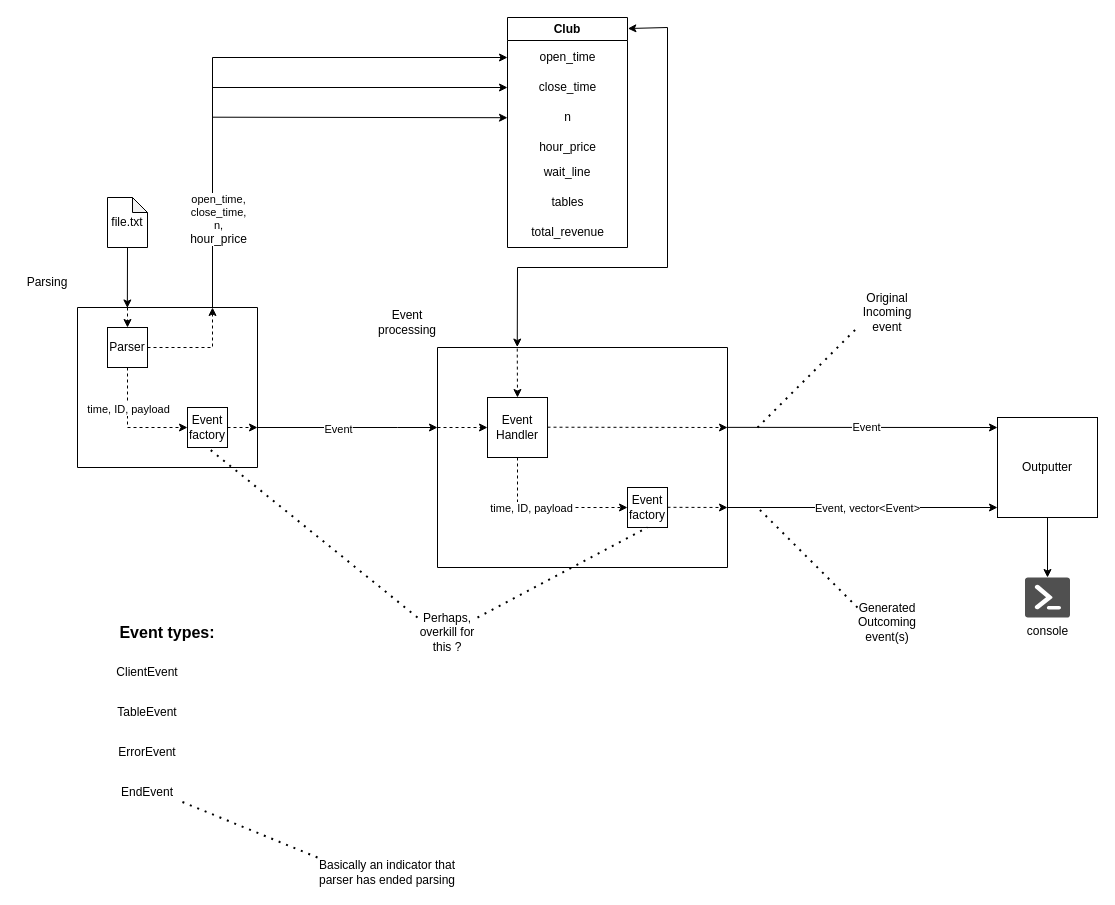
kargamant/computer_club keeps this draw.io diagram as system.drawio. Above is the earlier version. Source tidied: cells renumbered, new cells numbered last; positions are measured from the earlier drawing's top-left corner, leaving out a move shared by most shapes. Both pictures are drawn from the tidied source at 100%, with x=0, y=0 at pixel (17, 17).
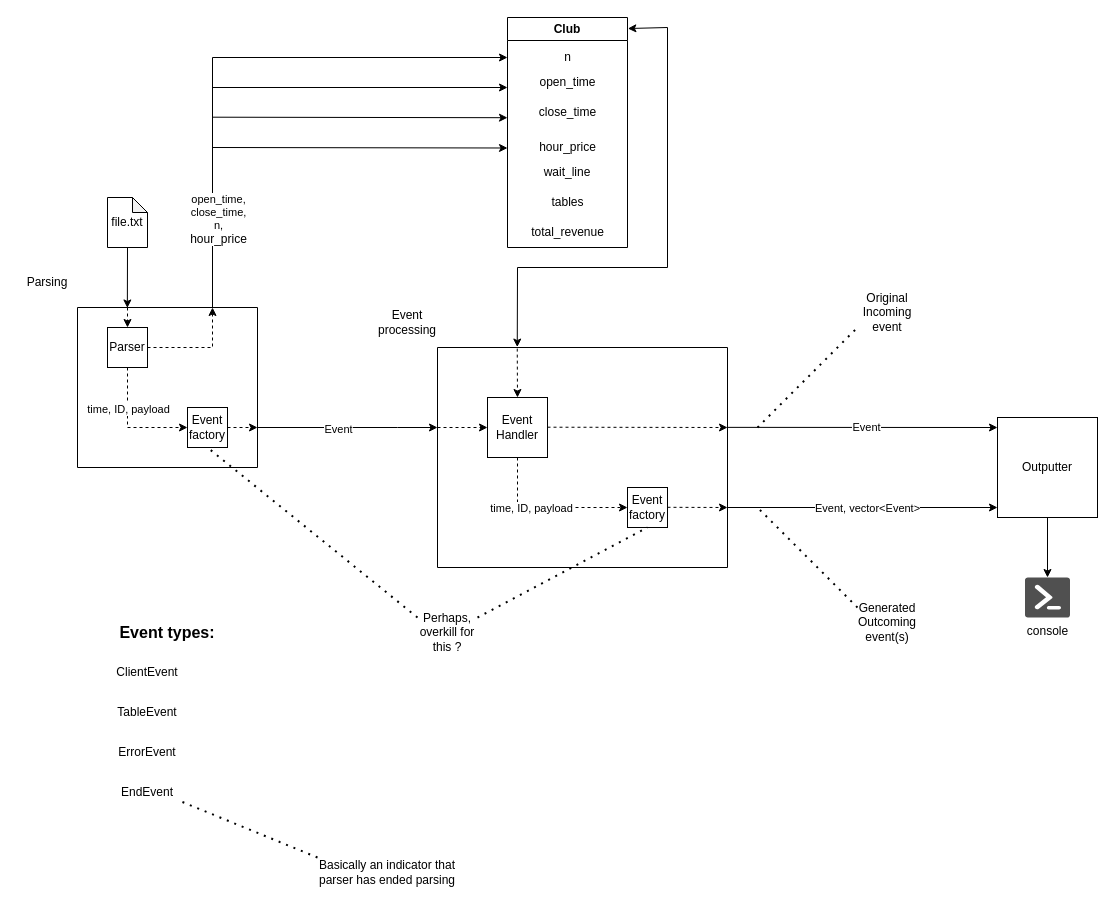
The same diagram, later.

The change refers to these unchanged cells:
```xml
<mxCell id="35" value="Club" style="swimlane;whiteSpace=wrap;html=1;" parent="1" vertex="1">
  <mxGeometry x="490" width="120" height="230" as="geometry" />
</mxCell>
```

The edit, as a diff of the source:
```diff
@@
     <mxCell id="36" value="open_time" style="text;html=1;align=center;verticalAlign=middle;strokeColor=none;fillColor=none;" parent="35" vertex="1">
-      <mxGeometry x="20" y="25" width="80" height="30" as="geometry" />
+      <mxGeometry x="20" y="50" width="80" height="30" as="geometry" />
     </mxCell>
     <mxCell id="37" value="close_time" style="text;html=1;align=center;verticalAlign=middle;strokeColor=none;fillColor=none;" parent="35" vertex="1">
-      <mxGeometry x="20" y="55" width="80" height="30" as="geometry" />
+      <mxGeometry x="20" y="80" width="80" height="30" as="geometry" />
     </mxCell>
     <mxCell id="38" value="n" style="text;html=1;align=center;verticalAlign=middle;strokeColor=none;fillColor=none;" parent="35" vertex="1">
-      <mxGeometry x="45" y="85" width="30" height="30" as="geometry" />
+      <mxGeometry x="45" y="25" width="30" height="30" as="geometry" />
     </mxCell>
@@
+    <mxCell id="59" style="endArrow=classic;html=1;rounded=0;" parent="1" edge="1">
+      <mxGeometry relative="1" as="geometry">
+        <mxPoint x="195" y="130" as="sourcePoint" />
+        <mxPoint x="490" y="130.5" as="targetPoint" />
+      </mxGeometry>
+    </mxCell>
```
